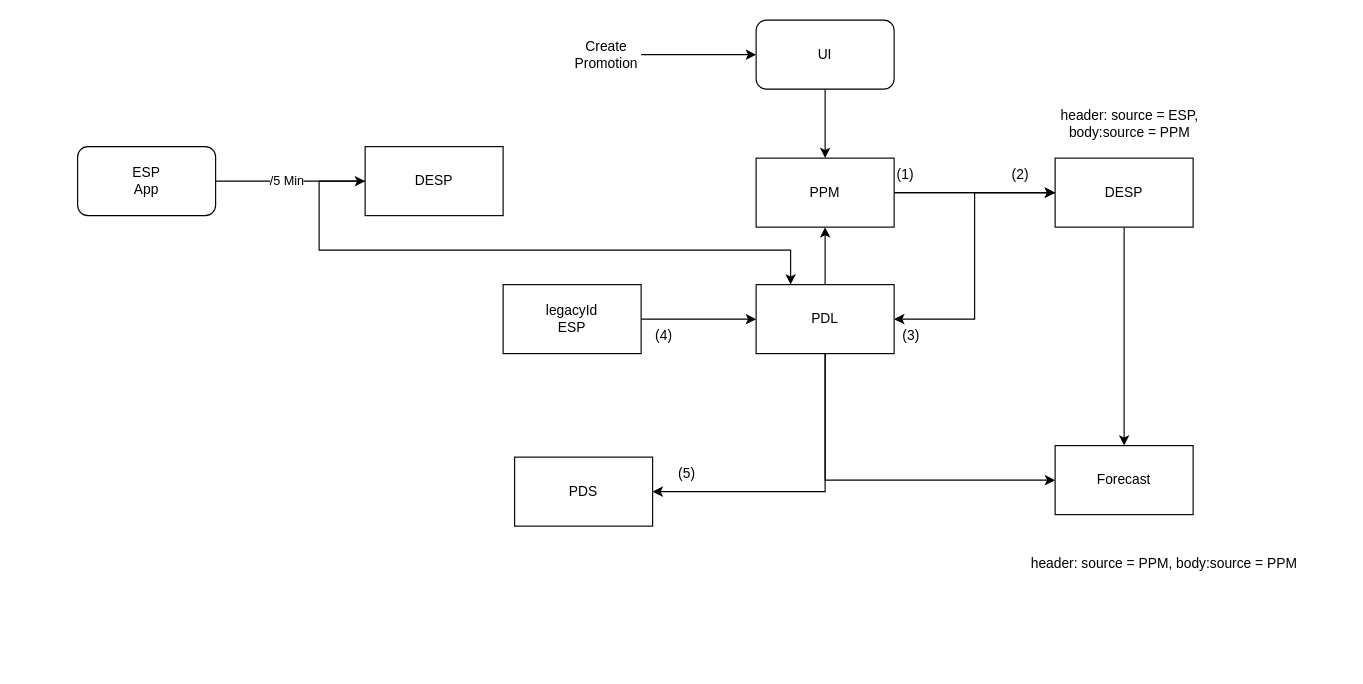
This is page "Page-13" (13 of 13) of kroger.drawio from aayush-tuladhar-kr/drawio, a draw.io file, before an edit. Source tidied: cells renumbered, new cells numbered last; positions are measured from the earlier drawing's top-left corner, leaving out a move shared by most shapes. Both pictures are drawn from the tidied source at 115%, with x=0, y=0 at pixel (77, 20).
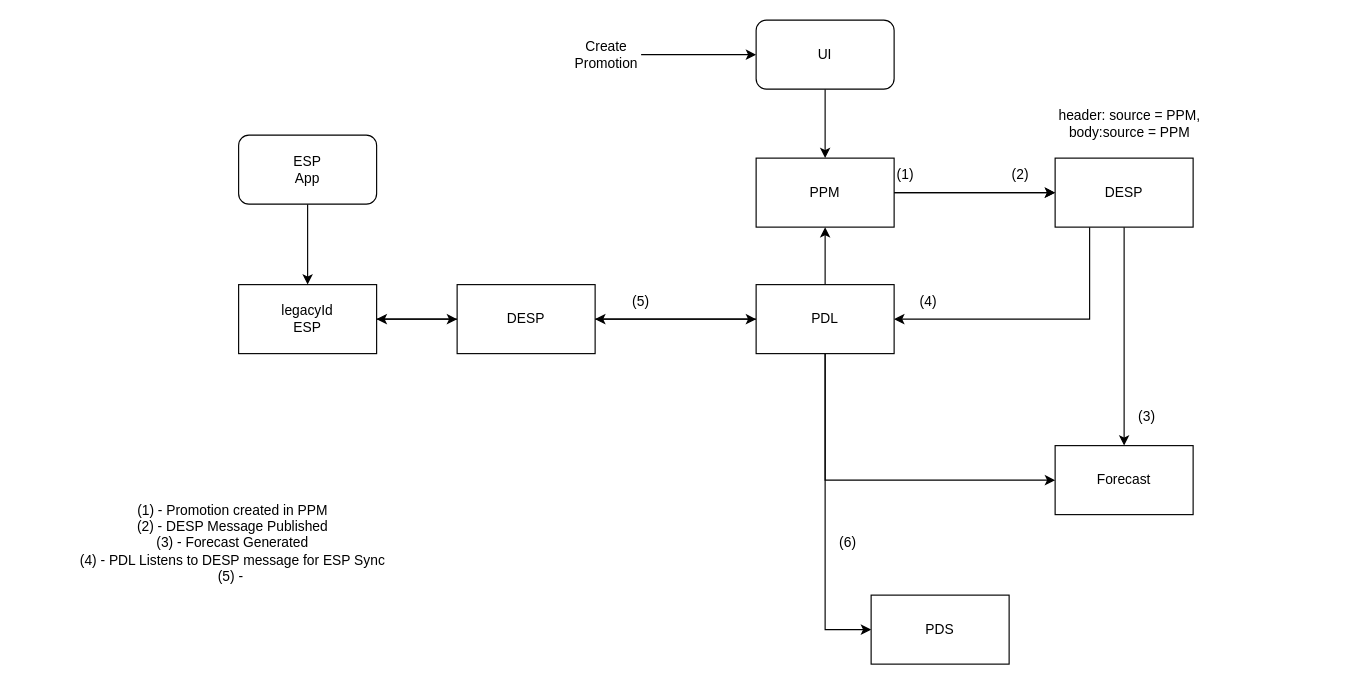
After the change.

The change refers to these unchanged cells:
```xml
<mxCell id="7" value="DESP" style="rounded=0;whiteSpace=wrap;html=1;" parent="1" vertex="1">
  <mxGeometry x="850" y="120" width="120" height="60" as="geometry" />
</mxCell>
<mxCell id="11" value="PDL" style="rounded=0;whiteSpace=wrap;html=1;" parent="1" vertex="1">
  <mxGeometry x="590" y="230" width="120" height="60" as="geometry" />
</mxCell>
```

Change to the diagram source:
```diff
@@
     <mxCell id="6" style="edgeStyle=orthogonalEdgeStyle;rounded=0;jettySize=auto;html=1;entryX=1;entryY=0.5;entryDx=0;entryDy=0;" parent="1" edge="1" source="7" target="11">
-      <mxGeometry relative="1" as="geometry" />
+      <mxGeometry relative="1" as="geometry">
+        <Array as="points">
+          <mxPoint x="880" y="260" />
+        </Array>
+      </mxGeometry>
     </mxCell>
@@
+    <mxCell id="23" style="edgeStyle=orthogonalEdgeStyle;rounded=0;jettySize=auto;html=1;entryX=0;entryY=0.5;entryDx=0;entryDy=0;" parent="1" edge="1" source="11" target="25">
+      <mxGeometry relative="1" as="geometry" />
+    </mxCell>
+    <mxCell id="32" style="edgeStyle=orthogonalEdgeStyle;rounded=0;jettySize=auto;html=1;" parent="1" edge="1" source="11">
+      <mxGeometry relative="1" as="geometry">
+        <mxPoint x="450" y="260" as="targetPoint" />
+      </mxGeometry>
+    </mxCell>
@@
-    <mxCell id="12" style="edgeStyle=orthogonalEdgeStyle;rounded=0;jettySize=auto;html=1;entryX=0;entryY=0.5;entryDx=0;entryDy=0;" parent="1" edge="1" source="13" target="11">
-      <mxGeometry relative="1" as="geometry" />
-    </mxCell>
+    <mxCell id="33" style="edgeStyle=orthogonalEdgeStyle;rounded=0;jettySize=auto;html=1;entryX=0;entryY=0.5;entryDx=0;entryDy=0;" parent="1" edge="1" source="13" target="31">
+      <mxGeometry relative="1" as="geometry" />
+    </mxCell>
     <mxCell id="13" value="legacyId&lt;br&gt;ESP" style="rounded=0;whiteSpace=wrap;html=1;" parent="1" vertex="1">
-      <mxGeometry x="370" y="230" width="120" height="60" as="geometry" />
+      <mxGeometry x="140" y="230" width="120" height="60" as="geometry" />
     </mxCell>
-    <mxCell id="14" value="header: source = PPM, body:source = PPM" style="text;html=1;align=center;verticalAlign=middle;whiteSpace=wrap;rounded=0;" parent="1" vertex="1">
-      <mxGeometry x="790" y="450" width="310" height="45" as="geometry" />
-    </mxCell>
@@
-    <mxCell id="17" value="header: source = ESP, body:source = PPM" style="text;html=1;align=center;verticalAlign=middle;whiteSpace=wrap;rounded=0;" parent="1" vertex="1">
+    <mxCell id="17" value="header: source = PPM, body:source = PPM" style="text;html=1;align=center;verticalAlign=middle;whiteSpace=wrap;rounded=0;" parent="1" vertex="1">
       <mxGeometry x="840" y="80" width="150" height="20" as="geometry" />
     </mxCell>
@@
     <mxCell id="21" value="(3)" style="text;html=1;align=center;verticalAlign=middle;whiteSpace=wrap;rounded=0;" parent="1" vertex="1">
-      <mxGeometry x="695" y="260" width="60" height="30" as="geometry" />
+      <mxGeometry x="900" y="330" width="60" height="30" as="geometry" />
     </mxCell>
     <mxCell id="22" value="(4)" style="text;html=1;align=center;verticalAlign=middle;whiteSpace=wrap;rounded=0;" parent="1" vertex="1">
-      <mxGeometry x="480" y="260" width="60" height="30" as="geometry" />
+      <mxGeometry x="710" y="230" width="60" height="30" as="geometry" />
     </mxCell>
-    <mxCell id="23" style="edgeStyle=orthogonalEdgeStyle;rounded=0;jettySize=auto;html=1;exitX=0.5;exitY=1;exitDx=0;exitDy=0;entryX=1;entryY=0.5;entryDx=0;entryDy=0;" parent="1" edge="1" source="11" target="25">
-      <mxGeometry relative="1" as="geometry">
-        <Array as="points">
-          <mxPoint x="650" y="410" />
-        </Array>
-      </mxGeometry>
-    </mxCell>
     <mxCell id="24" value="(5)" style="text;html=1;align=center;verticalAlign=middle;whiteSpace=wrap;rounded=0;" parent="1" vertex="1">
-      <mxGeometry x="500" y="380" width="60" height="30" as="geometry" />
+      <mxGeometry x="460" y="230" width="60" height="30" as="geometry" />
     </mxCell>
     <mxCell id="25" value="PDS" style="rounded=0;whiteSpace=wrap;html=1;" parent="1" vertex="1">
-      <mxGeometry x="380" y="380" width="120" height="60" as="geometry" />
+      <mxGeometry x="690" y="500" width="120" height="60" as="geometry" />
     </mxCell>
@@
-    <mxCell id="27" style="edgeStyle=orthogonalEdgeStyle;rounded=0;jettySize=auto;html=1;entryX=0;entryY=0.5;entryDx=0;entryDy=0;" parent="1" edge="1" source="29" target="31">
-      <mxGeometry relative="1" as="geometry" />
-    </mxCell>
-    <mxCell id="28" value="/5 Min" style="edgeLabel;html=1;align=center;verticalAlign=middle;" parent="27" vertex="1">
-      <mxGeometry x="-0.06" y="1" relative="1" as="geometry" />
-    </mxCell>
+    <mxCell id="34" style="edgeStyle=orthogonalEdgeStyle;rounded=0;jettySize=auto;html=1;" parent="1" edge="1" source="29" target="13">
+      <mxGeometry relative="1" as="geometry" />
+    </mxCell>
     <mxCell id="29" value="ESP&lt;br&gt;App" style="rounded=1;whiteSpace=wrap;html=1;" parent="1" vertex="1">
-      <mxGeometry y="110" width="120" height="60" as="geometry" />
+      <mxGeometry x="140" y="100" width="120" height="60" as="geometry" />
     </mxCell>
-    <mxCell id="30" style="edgeStyle=orthogonalEdgeStyle;rounded=0;jettySize=auto;html=1;entryX=0.25;entryY=0;entryDx=0;entryDy=0;" parent="1" edge="1" source="31" target="11">
-      <mxGeometry relative="1" as="geometry">
-        <Array as="points">
-          <mxPoint x="210" y="200" />
-          <mxPoint x="620" y="200" />
-        </Array>
-      </mxGeometry>
+    <mxCell id="30" style="edgeStyle=orthogonalEdgeStyle;rounded=0;jettySize=auto;html=1;" parent="1" edge="1" source="31" target="11">
+      <mxGeometry relative="1" as="geometry" />
     </mxCell>
+    <mxCell id="35" style="edgeStyle=orthogonalEdgeStyle;rounded=0;jettySize=auto;html=1;" parent="1" edge="1" source="31">
+      <mxGeometry relative="1" as="geometry">
+        <mxPoint x="260" y="260" as="targetPoint" />
+      </mxGeometry>
+    </mxCell>
     <mxCell id="31" value="DESP" style="rounded=0;whiteSpace=wrap;html=1;" parent="1" vertex="1">
-      <mxGeometry x="250" y="110" width="120" height="60" as="geometry" />
+      <mxGeometry x="330" y="230" width="120" height="60" as="geometry" />
     </mxCell>
+    <mxCell id="36" value="(1) - Promotion created in PPM&lt;br&gt;(2) - DESP Message Published&lt;div&gt;(3) - Forecast Generated&lt;br&gt;(4) - PDL Listens to DESP message for ESP Sync&lt;br&gt;(5) -&amp;nbsp;&lt;/div&gt;" style="text;html=1;align=center;verticalAlign=middle;whiteSpace=wrap;rounded=0;" parent="1" vertex="1">
+      <mxGeometry x="-50" y="410" width="370" height="90" as="geometry" />
+    </mxCell>
+    <mxCell id="37" value="(6)" style="text;html=1;align=center;verticalAlign=middle;whiteSpace=wrap;rounded=0;" parent="1" vertex="1">
+      <mxGeometry x="640" y="440" width="60" height="30" as="geometry" />
+    </mxCell>
```
